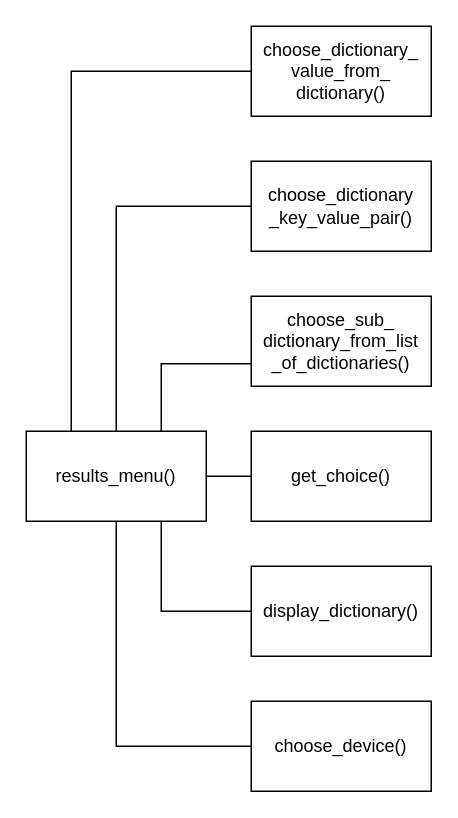
CocytusDEDI/NSVS keeps this draw.io diagram as docs/Results_menu_subroutine_group.drawio. Above is the earlier version. Source tidied: cells renumbered, new cells numbered last; positions are measured from the earlier drawing's top-left corner, leaving out a move shared by most shapes. Both pictures are drawn from the tidied source at 150%, with x=0, y=0 at pixel (26, 26).
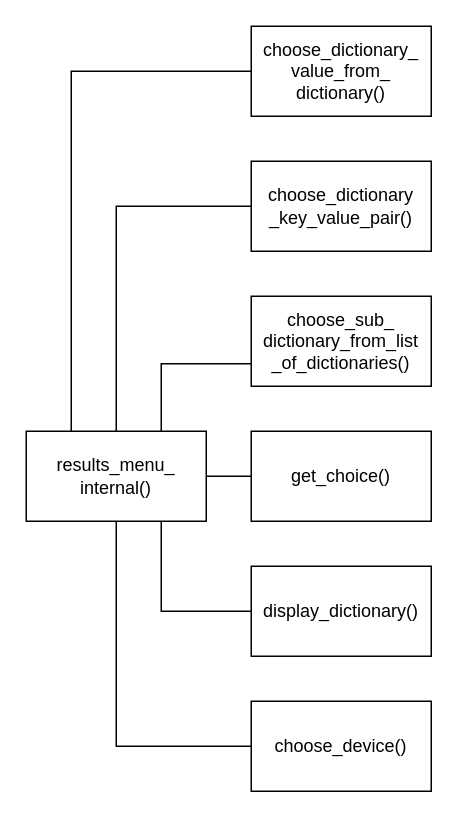
Above is the later version.

What changed in the source:
```diff
@@
-    <mxCell id="2" value="results_menu()" style="rounded=0;whiteSpace=wrap;html=1;" parent="1" vertex="1">
+    <mxCell id="2" value="&lt;div&gt;results_menu_&lt;/div&gt;&lt;div&gt;internal()&lt;/div&gt;" style="rounded=0;whiteSpace=wrap;html=1;" parent="1" vertex="1">
       <mxGeometry y="270" width="120" height="60" as="geometry" />
     </mxCell>
```
